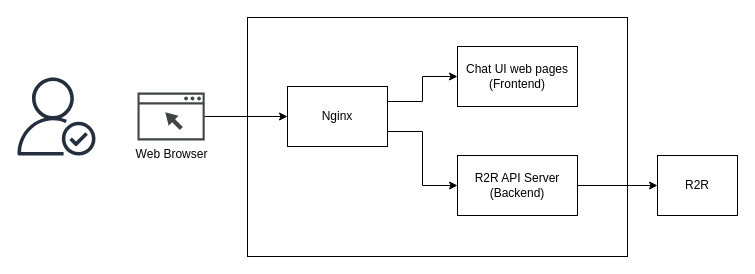
yaohuiwu/SimpleFS keeps this draw.io diagram as page "Demo implementation" (6 of 6) of Help Center Buddy.drawio. Above is the earlier version. Source tidied: cells renumbered, new cells numbered last; positions are measured from the earlier drawing's top-left corner, leaving out a move shared by most shapes. Both pictures are drawn from the tidied source at 100%, with x=0, y=0 at pixel (17, 17).
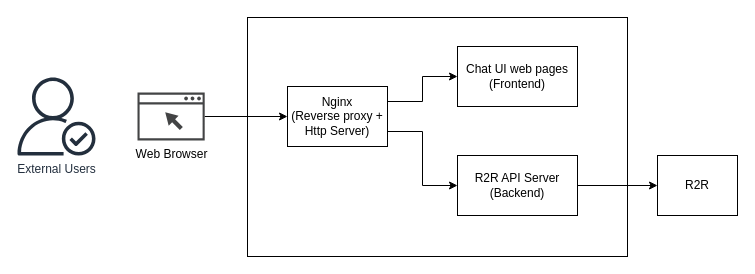
The same diagram, later.

The edit, as a diff of the source:
```diff
@@
 <mxGraphModel>
   <root>
     <mxCell id="0" />
     <mxCell id="1" parent="0" />
     <mxCell id="2" style="rounded=0;whiteSpace=wrap;html=1;" parent="1" vertex="1">
       <mxGeometry x="230" width="380" height="239" as="geometry" />
     </mxCell>
     <mxCell id="3" style="edgeStyle=orthogonalEdgeStyle;rounded=0;jettySize=auto;html=1;exitX=1;exitY=0.25;exitDx=0;exitDy=0;" parent="1" edge="1" source="5" target="9">
       <mxGeometry relative="1" as="geometry" />
     </mxCell>
     <mxCell id="4" style="edgeStyle=orthogonalEdgeStyle;rounded=0;jettySize=auto;html=1;exitX=1;exitY=0.75;exitDx=0;exitDy=0;entryX=0;entryY=0.5;entryDx=0;entryDy=0;" parent="1" edge="1" source="5" target="8">
       <mxGeometry relative="1" as="geometry" />
     </mxCell>
-    <mxCell id="5" value="Nginx" style="rounded=0;whiteSpace=wrap;html=1;" parent="1" vertex="1">
+    <mxCell id="5" value="Nginx&lt;div&gt;(Reverse proxy + Http Server)&lt;/div&gt;" style="rounded=0;whiteSpace=wrap;html=1;" parent="1" vertex="1">
       <mxGeometry x="270" y="69" width="100" height="60" as="geometry" />
     </mxCell>
-    <mxCell id="6" style="sketch=0;fontColor=#232F3E;gradientColor=none;fillColor=#232F3D;strokeColor=none;dashed=0;verticalLabelPosition=bottom;verticalAlign=top;align=center;html=1;fontSize=12;fontStyle=0;shape=mxgraph.aws4.authenticated_user;" parent="1" vertex="1">
+    <mxCell id="6" value="External Users" style="sketch=0;fontColor=#232F3E;gradientColor=none;fillColor=#232F3D;strokeColor=none;dashed=0;verticalLabelPosition=bottom;verticalAlign=top;align=center;html=1;fontSize=12;fontStyle=0;shape=mxgraph.aws4.authenticated_user;" parent="1" vertex="1">
       <mxGeometry y="60" width="78" height="78" as="geometry" />
     </mxCell>
     <mxCell id="7" style="edgeStyle=orthogonalEdgeStyle;rounded=0;jettySize=auto;html=1;exitX=1;exitY=0.5;exitDx=0;exitDy=0;entryX=0;entryY=0.5;entryDx=0;entryDy=0;" parent="1" edge="1" source="8" target="12">
       <mxGeometry relative="1" as="geometry" />
     </mxCell>
     <mxCell id="8" value="R2R API Server&lt;div&gt;(Backend)&lt;/div&gt;" style="rounded=0;whiteSpace=wrap;html=1;" parent="1" vertex="1">
       <mxGeometry x="440" y="138" width="120" height="60" as="geometry" />
     </mxCell>
     <mxCell id="9" value="Chat UI web pages&lt;div&gt;(Frontend)&lt;/div&gt;" style="rounded=0;whiteSpace=wrap;html=1;" parent="1" vertex="1">
       <mxGeometry x="440" y="29" width="120" height="60" as="geometry" />
     </mxCell>
     <mxCell id="10" style="edgeStyle=orthogonalEdgeStyle;rounded=0;jettySize=auto;html=1;" parent="1" edge="1" source="11" target="5">
       <mxGeometry relative="1" as="geometry" />
     </mxCell>
     <mxCell id="11" value="Web Browser" style="sketch=0;shadow=0;dashed=0;html=1;strokeColor=none;fillColor=#434445;labelPosition=center;verticalLabelPosition=bottom;verticalAlign=top;align=center;outlineConnect=0;shape=mxgraph.vvd.web_browser;" parent="1" vertex="1">
       <mxGeometry x="120" y="75.1" width="67.2" height="47.8" as="geometry" />
     </mxCell>
     <mxCell id="12" value="R2R" style="rounded=0;whiteSpace=wrap;html=1;" parent="1" vertex="1">
       <mxGeometry x="640" y="138" width="80" height="60" as="geometry" />
     </mxCell>
   </root>
 </mxGraphModel>
```
